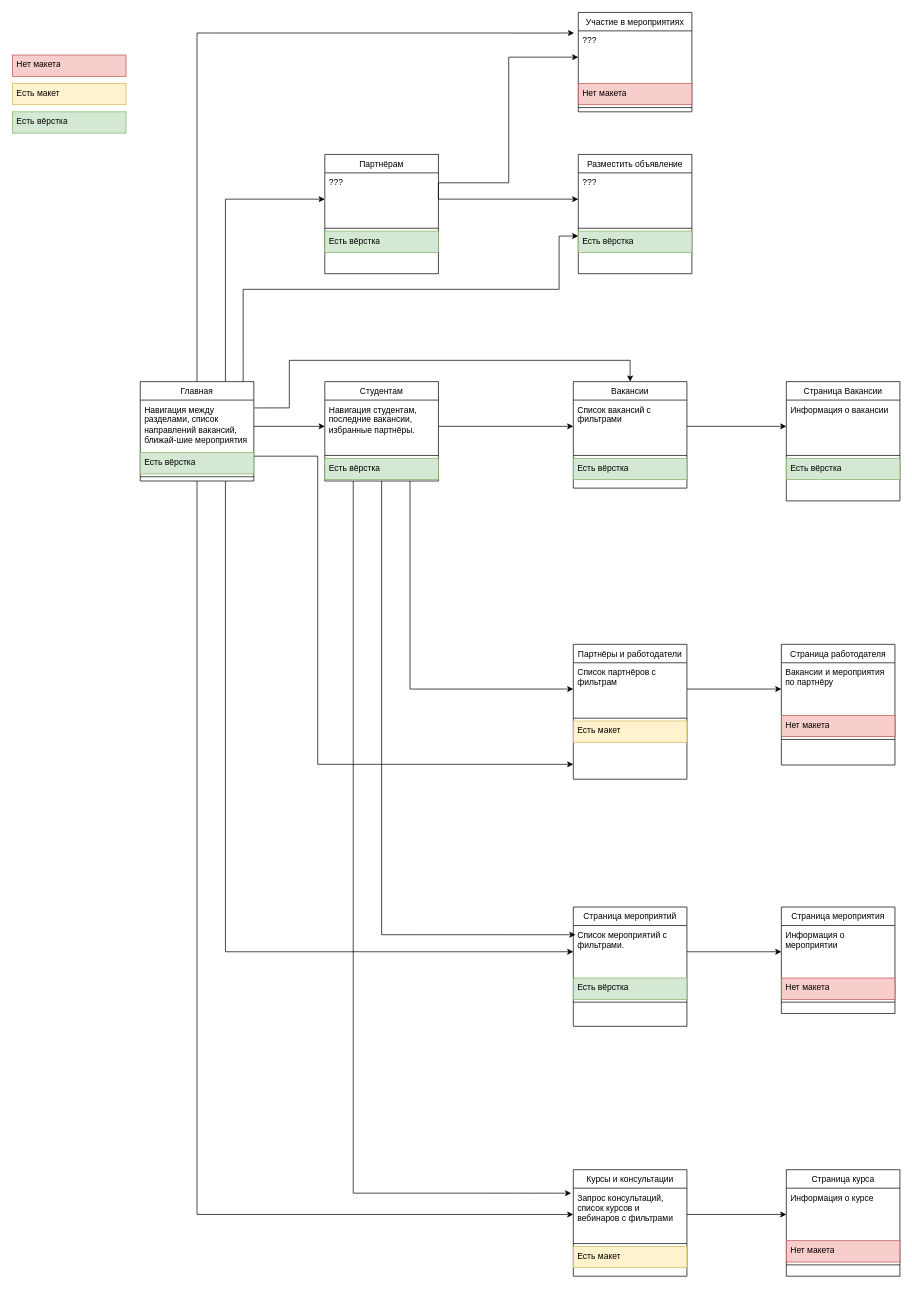
This is Navigation chart.drawio from SneakBug8/BusinessAnalysis, a draw.io file, before an edit. Source tidied: cells renumbered, new cells numbered last; positions are measured from the earlier drawing's top-left corner, leaving out a move shared by most shapes. Both pictures are drawn from the tidied source at 71%, with x=0, y=0 at pixel (12, 12).
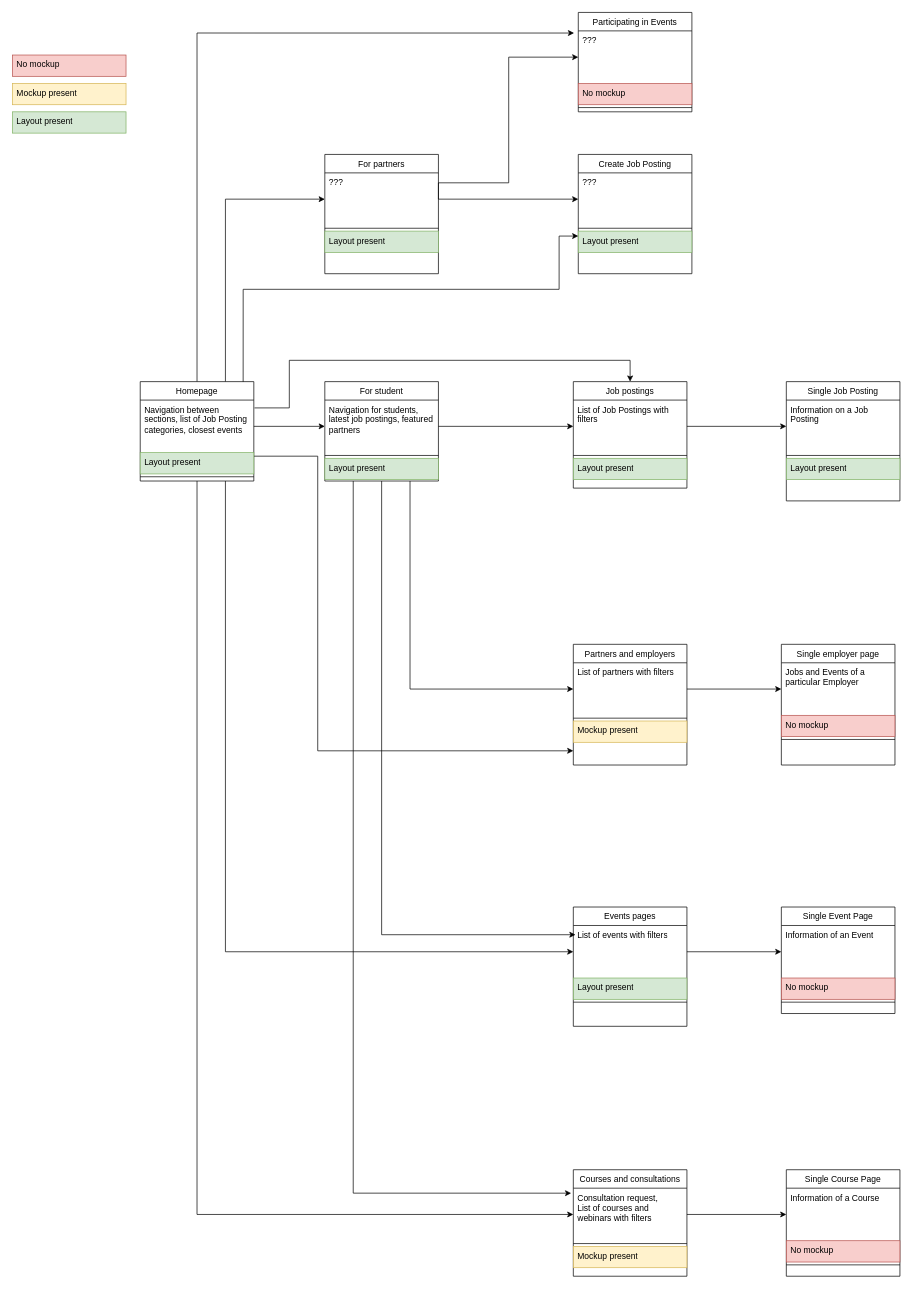
The same page after the edit.

Commit message (it also covers changes not shown here):
Navigation chart localization

Diff of the diagram source:
```diff
@@
     <mxCell id="2" style="edgeStyle=orthogonalEdgeStyle;rounded=0;jettySize=auto;html=1;exitX=1;exitY=0.75;exitDx=0;exitDy=0;" parent="1" edge="1" source="8">
       <mxGeometry relative="1" as="geometry">
-        <mxPoint x="790" y="1059" as="targetPoint" />
+        <mxPoint x="790" y="1040" as="targetPoint" />
         <Array as="points">
           <mxPoint x="430" y="625" />
-          <mxPoint x="430" y="1059" />
+          <mxPoint x="430" y="1040" />
         </Array>
       </mxGeometry>
     </mxCell>
@@
-    <mxCell id="8" value="Главная" style="swimlane;fontStyle=0;align=center;verticalAlign=top;horizontal=1;startSize=26;rounded=0;shadow=0;strokeWidth=1;" parent="1" vertex="1">
+    <mxCell id="8" value="Homepage" style="swimlane;fontStyle=0;align=center;verticalAlign=top;horizontal=1;startSize=26;rounded=0;shadow=0;strokeWidth=1;" parent="1" vertex="1">
       <mxGeometry x="180" y="520" width="160" height="140" as="geometry" />
     </mxCell>
-    <mxCell id="9" value="Навигация между разделами, список направлений вакансий, ближай-шие мероприятия" style="text;align=left;verticalAlign=top;spacingLeft=4;spacingRight=4;overflow=hidden;points=[[0,0.5],[1,0.5]];portConstraint=eastwest;whiteSpace=wrap;" parent="8" vertex="1">
+    <mxCell id="9" value="Navigation between sections, list of Job Posting categories, closest events" style="text;align=left;verticalAlign=top;spacingLeft=4;spacingRight=4;overflow=hidden;points=[[0,0.5],[1,0.5]];portConstraint=eastwest;whiteSpace=wrap;" parent="8" vertex="1">
       <mxGeometry y="26" width="160" height="74" as="geometry" />
     </mxCell>
-    <mxCell id="10" value="Есть вёрстка" style="text;align=left;verticalAlign=top;spacingLeft=4;spacingRight=4;overflow=hidden;whiteSpace=wrap;fillColor=#d5e8d4;strokeColor=#82b366;" parent="8" vertex="1">
+    <mxCell id="10" value="Layout present" style="text;align=left;verticalAlign=top;spacingLeft=4;spacingRight=4;overflow=hidden;whiteSpace=wrap;fillColor=#d5e8d4;strokeColor=#82b366;" parent="8" vertex="1">
       <mxGeometry y="100" width="160" height="30" as="geometry" />
     </mxCell>
@@
-    <mxCell id="15" value="Студентам" style="swimlane;fontStyle=0;align=center;verticalAlign=top;horizontal=1;startSize=26;rounded=0;shadow=0;strokeWidth=1;" parent="1" vertex="1">
+    <mxCell id="15" value="For student" style="swimlane;fontStyle=0;align=center;verticalAlign=top;horizontal=1;startSize=26;rounded=0;shadow=0;strokeWidth=1;" parent="1" vertex="1">
       <mxGeometry x="440" y="520" width="160" height="140" as="geometry" />
     </mxCell>
-    <mxCell id="16" value="Навигация студентам, последние вакансии, избранные партнёры." style="text;align=left;verticalAlign=top;spacingLeft=4;spacingRight=4;overflow=hidden;points=[[0,0.5],[1,0.5]];portConstraint=eastwest;whiteSpace=wrap;" parent="15" vertex="1">
+    <mxCell id="16" value="Navigation for students, latest job postings, featured partners" style="text;align=left;verticalAlign=top;spacingLeft=4;spacingRight=4;overflow=hidden;points=[[0,0.5],[1,0.5]];portConstraint=eastwest;whiteSpace=wrap;" parent="15" vertex="1">
       <mxGeometry y="26" width="160" height="74" as="geometry" />
     </mxCell>
@@
-    <mxCell id="18" value="Есть вёрстка" style="text;align=left;verticalAlign=top;spacingLeft=4;spacingRight=4;overflow=hidden;whiteSpace=wrap;fillColor=#d5e8d4;strokeColor=#82b366;" parent="15" vertex="1">
+    <mxCell id="18" value="Layout present" style="text;align=left;verticalAlign=top;spacingLeft=4;spacingRight=4;overflow=hidden;whiteSpace=wrap;fillColor=#d5e8d4;strokeColor=#82b366;" parent="15" vertex="1">
       <mxGeometry y="108" width="160" height="30" as="geometry" />
     </mxCell>
-    <mxCell id="19" value="Вакансии" style="swimlane;fontStyle=0;align=center;verticalAlign=top;horizontal=1;startSize=26;rounded=0;shadow=0;strokeWidth=1;" parent="1" vertex="1">
+    <mxCell id="19" value="Job postings" style="swimlane;fontStyle=0;align=center;verticalAlign=top;horizontal=1;startSize=26;rounded=0;shadow=0;strokeWidth=1;" parent="1" vertex="1">
       <mxGeometry x="790" y="520" width="160" height="150" as="geometry" />
     </mxCell>
-    <mxCell id="20" value="Список вакансий с фильтрами" style="text;align=left;verticalAlign=top;spacingLeft=4;spacingRight=4;overflow=hidden;points=[[0,0.5],[1,0.5]];portConstraint=eastwest;whiteSpace=wrap;" parent="19" vertex="1">
+    <mxCell id="20" value="List of Job Postings with filters" style="text;align=left;verticalAlign=top;spacingLeft=4;spacingRight=4;overflow=hidden;points=[[0,0.5],[1,0.5]];portConstraint=eastwest;whiteSpace=wrap;" parent="19" vertex="1">
       <mxGeometry y="26" width="160" height="74" as="geometry" />
     </mxCell>
@@
-    <mxCell id="22" value="Есть вёрстка" style="text;align=left;verticalAlign=top;spacingLeft=4;spacingRight=4;overflow=hidden;whiteSpace=wrap;fillColor=#d5e8d4;strokeColor=#82b366;" parent="19" vertex="1">
+    <mxCell id="22" value="Layout present" style="text;align=left;verticalAlign=top;spacingLeft=4;spacingRight=4;overflow=hidden;whiteSpace=wrap;fillColor=#d5e8d4;strokeColor=#82b366;" parent="19" vertex="1">
       <mxGeometry y="108" width="160" height="30" as="geometry" />
     </mxCell>
-    <mxCell id="23" value="Страница Вакансии" style="swimlane;fontStyle=0;align=center;verticalAlign=top;horizontal=1;startSize=26;rounded=0;shadow=0;strokeWidth=1;" parent="1" vertex="1">
+    <mxCell id="23" value="Single Job Posting" style="swimlane;fontStyle=0;align=center;verticalAlign=top;horizontal=1;startSize=26;rounded=0;shadow=0;strokeWidth=1;" parent="1" vertex="1">
       <mxGeometry x="1090" y="520" width="160" height="168" as="geometry" />
     </mxCell>
-    <mxCell id="24" value="Информация о вакансии" style="text;align=left;verticalAlign=top;spacingLeft=4;spacingRight=4;overflow=hidden;points=[[0,0.5],[1,0.5]];portConstraint=eastwest;whiteSpace=wrap;" parent="23" vertex="1">
+    <mxCell id="24" value="Information on a Job Posting" style="text;align=left;verticalAlign=top;spacingLeft=4;spacingRight=4;overflow=hidden;points=[[0,0.5],[1,0.5]];portConstraint=eastwest;whiteSpace=wrap;" parent="23" vertex="1">
       <mxGeometry y="26" width="160" height="74" as="geometry" />
     </mxCell>
@@
-    <mxCell id="26" value="Есть вёрстка" style="text;align=left;verticalAlign=top;spacingLeft=4;spacingRight=4;overflow=hidden;whiteSpace=wrap;fillColor=#d5e8d4;strokeColor=#82b366;" parent="23" vertex="1">
+    <mxCell id="26" value="Layout present" style="text;align=left;verticalAlign=top;spacingLeft=4;spacingRight=4;overflow=hidden;whiteSpace=wrap;fillColor=#d5e8d4;strokeColor=#82b366;" parent="23" vertex="1">
       <mxGeometry y="108" width="160" height="30" as="geometry" />
     </mxCell>
-    <mxCell id="27" value="Партнёры и работодатели" style="swimlane;fontStyle=0;align=center;verticalAlign=top;horizontal=1;startSize=26;rounded=0;shadow=0;strokeWidth=1;" parent="1" vertex="1">
-      <mxGeometry x="790" y="890" width="160" height="190" as="geometry" />
+    <mxCell id="27" value="Partners and employers" style="swimlane;fontStyle=0;align=center;verticalAlign=top;horizontal=1;startSize=26;rounded=0;shadow=0;strokeWidth=1;" parent="1" vertex="1">
+      <mxGeometry x="790" y="890" width="160" height="170" as="geometry" />
     </mxCell>
-    <mxCell id="28" value="Список партнёров с фильтрам" style="text;align=left;verticalAlign=top;spacingLeft=4;spacingRight=4;overflow=hidden;points=[[0,0.5],[1,0.5]];portConstraint=eastwest;whiteSpace=wrap;" parent="27" vertex="1">
+    <mxCell id="28" value="List of partners with filters" style="text;align=left;verticalAlign=top;spacingLeft=4;spacingRight=4;overflow=hidden;points=[[0,0.5],[1,0.5]];portConstraint=eastwest;whiteSpace=wrap;" parent="27" vertex="1">
       <mxGeometry y="26" width="160" height="74" as="geometry" />
     </mxCell>
@@
-    <mxCell id="30" value="Есть макет" style="text;align=left;verticalAlign=top;spacingLeft=4;spacingRight=4;overflow=hidden;whiteSpace=wrap;fillColor=#fff2cc;strokeColor=#d6b656;" parent="27" vertex="1">
+    <mxCell id="30" value="Mockup present" style="text;align=left;verticalAlign=top;spacingLeft=4;spacingRight=4;overflow=hidden;whiteSpace=wrap;fillColor=#fff2cc;strokeColor=#d6b656;" parent="27" vertex="1">
       <mxGeometry y="108" width="160" height="30" as="geometry" />
     </mxCell>
-    <mxCell id="31" value="Страница работодателя" style="swimlane;fontStyle=0;align=center;verticalAlign=top;horizontal=1;startSize=26;rounded=0;shadow=0;strokeWidth=1;" parent="1" vertex="1">
+    <mxCell id="31" value="Single employer page" style="swimlane;fontStyle=0;align=center;verticalAlign=top;horizontal=1;startSize=26;rounded=0;shadow=0;strokeWidth=1;" parent="1" vertex="1">
       <mxGeometry x="1083" y="890" width="160" height="170" as="geometry" />
     </mxCell>
-    <mxCell id="32" value="Вакансии и мероприятия по партнёру" style="text;align=left;verticalAlign=top;spacingLeft=4;spacingRight=4;overflow=hidden;points=[[0,0.5],[1,0.5]];portConstraint=eastwest;whiteSpace=wrap;" parent="31" vertex="1">
+    <mxCell id="32" value="Jobs and Events of a particular Employer" style="text;align=left;verticalAlign=top;spacingLeft=4;spacingRight=4;overflow=hidden;points=[[0,0.5],[1,0.5]];portConstraint=eastwest;whiteSpace=wrap;" parent="31" vertex="1">
       <mxGeometry y="26" width="160" height="74" as="geometry" />
     </mxCell>
-    <mxCell id="33" value="Нет макета" style="text;align=left;verticalAlign=top;spacingLeft=4;spacingRight=4;overflow=hidden;whiteSpace=wrap;fillColor=#f8cecc;strokeColor=#b85450;" parent="31" vertex="1">
+    <mxCell id="33" value="No mockup" style="text;align=left;verticalAlign=top;spacingLeft=4;spacingRight=4;overflow=hidden;whiteSpace=wrap;fillColor=#f8cecc;strokeColor=#b85450;" parent="31" vertex="1">
       <mxGeometry y="100" width="160" height="30" as="geometry" />
     </mxCell>
@@
-    <mxCell id="35" value="Страница мероприятий" style="swimlane;fontStyle=0;align=center;verticalAlign=top;horizontal=1;startSize=26;rounded=0;shadow=0;strokeWidth=1;" parent="1" vertex="1">
+    <mxCell id="35" value="Events pages" style="swimlane;fontStyle=0;align=center;verticalAlign=top;horizontal=1;startSize=26;rounded=0;shadow=0;strokeWidth=1;" parent="1" vertex="1">
       <mxGeometry x="790" y="1260" width="160" height="168" as="geometry" />
     </mxCell>
-    <mxCell id="36" value="Список мероприятий с фильтрами." style="text;align=left;verticalAlign=top;spacingLeft=4;spacingRight=4;overflow=hidden;points=[[0,0.5],[1,0.5]];portConstraint=eastwest;whiteSpace=wrap;" parent="35" vertex="1">
+    <mxCell id="36" value="List of events with filters" style="text;align=left;verticalAlign=top;spacingLeft=4;spacingRight=4;overflow=hidden;points=[[0,0.5],[1,0.5]];portConstraint=eastwest;whiteSpace=wrap;" parent="35" vertex="1">
       <mxGeometry y="26" width="160" height="74" as="geometry" />
     </mxCell>
-    <mxCell id="37" value="Есть вёрстка" style="text;align=left;verticalAlign=top;spacingLeft=4;spacingRight=4;overflow=hidden;whiteSpace=wrap;fillColor=#d5e8d4;strokeColor=#82b366;" parent="35" vertex="1">
+    <mxCell id="37" value="Layout present" style="text;align=left;verticalAlign=top;spacingLeft=4;spacingRight=4;overflow=hidden;whiteSpace=wrap;fillColor=#d5e8d4;strokeColor=#82b366;" parent="35" vertex="1">
       <mxGeometry y="100" width="160" height="30" as="geometry" />
     </mxCell>
@@
-    <mxCell id="39" value="Страница мероприятия" style="swimlane;fontStyle=0;align=center;verticalAlign=top;horizontal=1;startSize=26;rounded=0;shadow=0;strokeWidth=1;" parent="1" vertex="1">
+    <mxCell id="39" value="Single Event Page" style="swimlane;fontStyle=0;align=center;verticalAlign=top;horizontal=1;startSize=26;rounded=0;shadow=0;strokeWidth=1;" parent="1" vertex="1">
       <mxGeometry x="1083" y="1260" width="160" height="150" as="geometry" />
     </mxCell>
-    <mxCell id="40" value="Информация о мероприятии " style="text;align=left;verticalAlign=top;spacingLeft=4;spacingRight=4;overflow=hidden;points=[[0,0.5],[1,0.5]];portConstraint=eastwest;whiteSpace=wrap;" parent="39" vertex="1">
+    <mxCell id="40" value="Information of an Event" style="text;align=left;verticalAlign=top;spacingLeft=4;spacingRight=4;overflow=hidden;points=[[0,0.5],[1,0.5]];portConstraint=eastwest;whiteSpace=wrap;" parent="39" vertex="1">
       <mxGeometry y="26" width="160" height="74" as="geometry" />
     </mxCell>
-    <mxCell id="41" value="Нет макета" style="text;align=left;verticalAlign=top;spacingLeft=4;spacingRight=4;overflow=hidden;whiteSpace=wrap;fillColor=#f8cecc;strokeColor=#b85450;" parent="39" vertex="1">
+    <mxCell id="41" value="No mockup" style="text;align=left;verticalAlign=top;spacingLeft=4;spacingRight=4;overflow=hidden;whiteSpace=wrap;fillColor=#f8cecc;strokeColor=#b85450;" parent="39" vertex="1">
       <mxGeometry y="100" width="160" height="30" as="geometry" />
     </mxCell>
@@
-    <mxCell id="43" value="Курсы и консультации" style="swimlane;fontStyle=0;align=center;verticalAlign=top;horizontal=1;startSize=26;rounded=0;shadow=0;strokeWidth=1;" parent="1" vertex="1">
+    <mxCell id="43" value="Courses and consultations" style="swimlane;fontStyle=0;align=center;verticalAlign=top;horizontal=1;startSize=26;rounded=0;shadow=0;strokeWidth=1;" parent="1" vertex="1">
       <mxGeometry x="790" y="1630" width="160" height="150" as="geometry" />
     </mxCell>
-    <mxCell id="44" value="Запрос консультаций, список курсов и вебинаров с фильтрами" style="text;align=left;verticalAlign=top;spacingLeft=4;spacingRight=4;overflow=hidden;points=[[0,0.5],[1,0.5]];portConstraint=eastwest;whiteSpace=wrap;" parent="43" vertex="1">
+    <mxCell id="44" value="Consultation request,&#10;List of courses and webinars with filters" style="text;align=left;verticalAlign=top;spacingLeft=4;spacingRight=4;overflow=hidden;points=[[0,0.5],[1,0.5]];portConstraint=eastwest;whiteSpace=wrap;" parent="43" vertex="1">
       <mxGeometry y="26" width="160" height="74" as="geometry" />
     </mxCell>
@@
-    <mxCell id="46" value="Есть макет" style="text;align=left;verticalAlign=top;spacingLeft=4;spacingRight=4;overflow=hidden;whiteSpace=wrap;fillColor=#fff2cc;strokeColor=#d6b656;" parent="43" vertex="1">
+    <mxCell id="46" value="Mockup present" style="text;align=left;verticalAlign=top;spacingLeft=4;spacingRight=4;overflow=hidden;whiteSpace=wrap;fillColor=#fff2cc;strokeColor=#d6b656;" parent="43" vertex="1">
       <mxGeometry y="108" width="160" height="30" as="geometry" />
     </mxCell>
@@
-    <mxCell id="51" value="Страница курса" style="swimlane;fontStyle=0;align=center;verticalAlign=top;horizontal=1;startSize=26;rounded=0;shadow=0;strokeWidth=1;" parent="1" vertex="1">
+    <mxCell id="51" value="Single Course Page" style="swimlane;fontStyle=0;align=center;verticalAlign=top;horizontal=1;startSize=26;rounded=0;shadow=0;strokeWidth=1;" parent="1" vertex="1">
       <mxGeometry x="1090" y="1630" width="160" height="150" as="geometry" />
     </mxCell>
-    <mxCell id="52" value="Информация о курсе" style="text;align=left;verticalAlign=top;spacingLeft=4;spacingRight=4;overflow=hidden;points=[[0,0.5],[1,0.5]];portConstraint=eastwest;whiteSpace=wrap;" parent="51" vertex="1">
+    <mxCell id="52" value="Information of a Course" style="text;align=left;verticalAlign=top;spacingLeft=4;spacingRight=4;overflow=hidden;points=[[0,0.5],[1,0.5]];portConstraint=eastwest;whiteSpace=wrap;" parent="51" vertex="1">
       <mxGeometry y="26" width="160" height="74" as="geometry" />
     </mxCell>
-    <mxCell id="53" value="Нет макета" style="text;align=left;verticalAlign=top;spacingLeft=4;spacingRight=4;overflow=hidden;whiteSpace=wrap;fillColor=#f8cecc;strokeColor=#b85450;" parent="51" vertex="1">
+    <mxCell id="53" value="No mockup" style="text;align=left;verticalAlign=top;spacingLeft=4;spacingRight=4;overflow=hidden;whiteSpace=wrap;fillColor=#f8cecc;strokeColor=#b85450;" parent="51" vertex="1">
       <mxGeometry y="100" width="160" height="30" as="geometry" />
     </mxCell>
@@
-    <mxCell id="58" value="Партнёрам" style="swimlane;fontStyle=0;align=center;verticalAlign=top;horizontal=1;startSize=26;rounded=0;shadow=0;strokeWidth=1;" parent="1" vertex="1">
+    <mxCell id="58" value="For partners" style="swimlane;fontStyle=0;align=center;verticalAlign=top;horizontal=1;startSize=26;rounded=0;shadow=0;strokeWidth=1;" parent="1" vertex="1">
       <mxGeometry x="440" y="200" width="160" height="168" as="geometry" />
     </mxCell>
@@
-    <mxCell id="61" value="Есть вёрстка" style="text;align=left;verticalAlign=top;spacingLeft=4;spacingRight=4;overflow=hidden;whiteSpace=wrap;fillColor=#d5e8d4;strokeColor=#82b366;" parent="58" vertex="1">
+    <mxCell id="61" value="Layout present" style="text;align=left;verticalAlign=top;spacingLeft=4;spacingRight=4;overflow=hidden;whiteSpace=wrap;fillColor=#d5e8d4;strokeColor=#82b366;" parent="58" vertex="1">
       <mxGeometry y="108" width="160" height="30" as="geometry" />
     </mxCell>
-    <mxCell id="62" value="Разместить объявление" style="swimlane;fontStyle=0;align=center;verticalAlign=top;horizontal=1;startSize=26;rounded=0;shadow=0;strokeWidth=1;" parent="1" vertex="1">
+    <mxCell id="62" value="Create Job Posting" style="swimlane;fontStyle=0;align=center;verticalAlign=top;horizontal=1;startSize=26;rounded=0;shadow=0;strokeWidth=1;" parent="1" vertex="1">
       <mxGeometry x="797" y="200" width="160" height="168" as="geometry" />
     </mxCell>
@@
-    <mxCell id="65" value="Есть вёрстка" style="text;align=left;verticalAlign=top;spacingLeft=4;spacingRight=4;overflow=hidden;whiteSpace=wrap;fillColor=#d5e8d4;strokeColor=#82b366;" parent="62" vertex="1">
+    <mxCell id="65" value="Layout present" style="text;align=left;verticalAlign=top;spacingLeft=4;spacingRight=4;overflow=hidden;whiteSpace=wrap;fillColor=#d5e8d4;strokeColor=#82b366;" parent="62" vertex="1">
       <mxGeometry y="108" width="160" height="30" as="geometry" />
     </mxCell>
-    <mxCell id="66" value="Участие в мероприятиях" style="swimlane;fontStyle=0;align=center;verticalAlign=top;horizontal=1;startSize=26;rounded=0;shadow=0;strokeWidth=1;" parent="1" vertex="1">
+    <mxCell id="66" value="Participating in Events" style="swimlane;fontStyle=0;align=center;verticalAlign=top;horizontal=1;startSize=26;rounded=0;shadow=0;strokeWidth=1;" parent="1" vertex="1">
       <mxGeometry x="797" width="160" height="140" as="geometry" />
     </mxCell>
@@
-    <mxCell id="68" value="Нет макета" style="text;align=left;verticalAlign=top;spacingLeft=4;spacingRight=4;overflow=hidden;whiteSpace=wrap;fillColor=#f8cecc;strokeColor=#b85450;" parent="66" vertex="1">
+    <mxCell id="68" value="No mockup" style="text;align=left;verticalAlign=top;spacingLeft=4;spacingRight=4;overflow=hidden;whiteSpace=wrap;fillColor=#f8cecc;strokeColor=#b85450;" parent="66" vertex="1">
       <mxGeometry y="100" width="160" height="30" as="geometry" />
     </mxCell>
@@
-    <mxCell id="72" value="Нет макета" style="text;align=left;verticalAlign=top;spacingLeft=4;spacingRight=4;overflow=hidden;whiteSpace=wrap;fillColor=#f8cecc;strokeColor=#b85450;" parent="1" vertex="1">
+    <mxCell id="72" value="No mockup" style="text;align=left;verticalAlign=top;spacingLeft=4;spacingRight=4;overflow=hidden;whiteSpace=wrap;fillColor=#f8cecc;strokeColor=#b85450;" parent="1" vertex="1">
       <mxGeometry y="60" width="160" height="30" as="geometry" />
     </mxCell>
-    <mxCell id="73" value="Есть макет" style="text;align=left;verticalAlign=top;spacingLeft=4;spacingRight=4;overflow=hidden;whiteSpace=wrap;fillColor=#fff2cc;strokeColor=#d6b656;" parent="1" vertex="1">
+    <mxCell id="73" value="Mockup present" style="text;align=left;verticalAlign=top;spacingLeft=4;spacingRight=4;overflow=hidden;whiteSpace=wrap;fillColor=#fff2cc;strokeColor=#d6b656;" parent="1" vertex="1">
       <mxGeometry y="100" width="160" height="30" as="geometry" />
     </mxCell>
-    <mxCell id="74" value="Есть вёрстка" style="text;align=left;verticalAlign=top;spacingLeft=4;spacingRight=4;overflow=hidden;whiteSpace=wrap;fillColor=#d5e8d4;strokeColor=#82b366;" parent="1" vertex="1">
+    <mxCell id="74" value="Layout present" style="text;align=left;verticalAlign=top;spacingLeft=4;spacingRight=4;overflow=hidden;whiteSpace=wrap;fillColor=#d5e8d4;strokeColor=#82b366;" parent="1" vertex="1">
       <mxGeometry y="140" width="160" height="30" as="geometry" />
     </mxCell>
```
